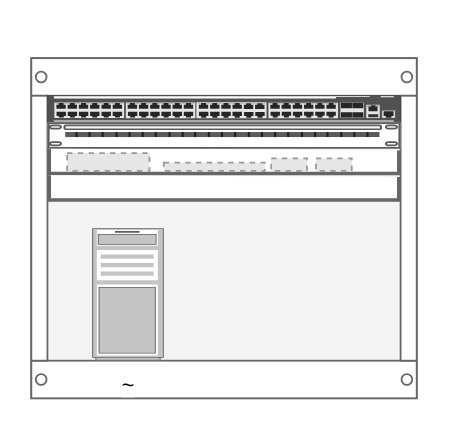
Before: Untitled Diagram.drawio in Slavik-Kek/Rack, a draw.io diagram. Source tidied: cells renumbered, new cells numbered last; positions are measured from the earlier drawing's top-left corner, leaving out a move shared by most shapes. Both pictures are drawn from the tidied source at 179%, with x=0, y=0 at pixel (30, 57). Pictures stored in the file or linked from it are replaced by grey dashed boxes.
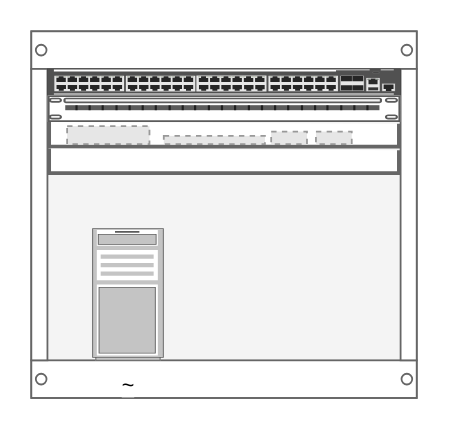
After the change.

Change to the diagram source:
```diff
@@
 <mxGraphModel>
   <root>
     <mxCell id="0" />
     <mxCell id="1" parent="0" />
-    <mxCell id="2" style="strokeColor=#666666;html=1;verticalLabelPosition=bottom;labelBackgroundColor=#ffffff;verticalAlign=top;shadow=0;dashed=0;shape=mxgraph.rackGeneral.rackCabinet3;rackUnitSize=14.8;fillColor2=#f4f4f4;allowGaps=1;textColor=#666666;numDisp=off;" parent="1" vertex="1">
-      <mxGeometry width="215.3" height="190" as="geometry" />
-    </mxCell>
+    <mxCell id="12" style="strokeColor=#666666;html=1;verticalLabelPosition=bottom;labelBackgroundColor=#ffffff;verticalAlign=top;shadow=0;dashed=0;shape=mxgraph.rackGeneral.rackCabinet3;rackUnitSize=14.8;fillColor2=#f4f4f4;allowGaps=1;textColor=#666666;numDisp=off;" parent="1" vertex="1">
+      <mxGeometry y="-15" width="215.3" height="200" as="geometry" />
+    </mxCell>
-    <mxCell id="3" style="html=1;verticalLabelPosition=bottom;verticalAlign=top;shadow=0;dashed=0;shape=mxgraph.rack.hpe_aruba.switches.jl321a_aruba_2930m_48g_1_slot_switch;" parent="2" vertex="1">
+    <mxCell id="3" style="html=1;verticalLabelPosition=bottom;verticalAlign=top;shadow=0;dashed=0;shape=mxgraph.rack.hpe_aruba.switches.jl321a_aruba_2930m_48g_1_slot_switch;" parent="12" vertex="1">
       <mxGeometry x="9" y="21" width="197.3" height="14.8" as="geometry" />
     </mxCell>
-    <mxCell id="4" style="strokeColor=#666666;html=1;labelPosition=right;align=left;spacingLeft=15;shadow=0;dashed=0;shape=mxgraph.rack.general.cat5e_rack_mount_patch_panel_24_ports;" parent="2" vertex="1">
+    <mxCell id="4" style="strokeColor=#666666;html=1;labelPosition=right;align=left;spacingLeft=15;shadow=0;dashed=0;shape=mxgraph.rack.general.cat5e_rack_mount_patch_panel_24_ports;" parent="12" vertex="1">
       <mxGeometry x="9" y="35.8" width="197.3" height="14.8" as="geometry" />
     </mxCell>
-    <mxCell id="5" style="strokeColor=#666666;html=1;labelPosition=right;align=left;spacingLeft=15;shadow=0;dashed=0;shape=mxgraph.rackGeneral.shelf;" parent="2" vertex="1">
+    <mxCell id="5" style="strokeColor=#666666;html=1;labelPosition=right;align=left;spacingLeft=15;shadow=0;dashed=0;shape=mxgraph.rackGeneral.shelf;" parent="12" vertex="1">
       <mxGeometry x="9" y="50.6" width="197.3" height="14.8" as="geometry" />
     </mxCell>
     <mxCell id="6" style="fillColor=#E6E6E6;strokeColor=#999999;dashed=1;verticalLabelPosition=bottom;verticalAlign=top;" parent="5" vertex="1">
       <mxGeometry x="11" y="2.4" width="46" height="10" as="geometry" />
     </mxCell>
     <mxCell id="7" style="fillColor=#E6E6E6;strokeColor=#999999;dashed=1;verticalLabelPosition=bottom;verticalAlign=top;" parent="5" vertex="1">
       <mxGeometry x="65" y="7.8" width="56.5" height="4.6" as="geometry" />
     </mxCell>
     <mxCell id="8" style="fillColor=#E6E6E6;strokeColor=#999999;dashed=1;verticalLabelPosition=bottom;verticalAlign=top;" parent="5" vertex="1">
       <mxGeometry x="150" y="5.4" width="20" height="7" as="geometry" />
     </mxCell>
     <mxCell id="9" style="fillColor=#E6E6E6;strokeColor=#999999;dashed=1;verticalLabelPosition=bottom;verticalAlign=top;" parent="5" vertex="1">
       <mxGeometry x="125" y="5.4" width="20" height="7" as="geometry" />
     </mxCell>
-    <mxCell id="10" style="strokeColor=#666666;html=1;labelPosition=right;align=left;spacingLeft=15;shadow=0;dashed=0;shape=mxgraph.rackGeneral.shelf;" parent="2" vertex="1">
+    <mxCell id="10" style="strokeColor=#666666;html=1;labelPosition=right;align=left;spacingLeft=15;shadow=0;dashed=0;shape=mxgraph.rackGeneral.shelf;" parent="12" vertex="1">
       <mxGeometry x="9" y="65.4" width="197.3" height="14.8" as="geometry" />
     </mxCell>
     <mxCell id="11" value="~" style="strokeColor=#666666;html=1;verticalLabelPosition=bottom;labelBackgroundColor=#ffffff;verticalAlign=top;shadow=0;dashed=0;shape=mxgraph.rack.general.server_1;" parent="1" vertex="1">
       <mxGeometry x="34" y="95" width="40" height="74" as="geometry" />
     </mxCell>
   </root>
 </mxGraphModel>
```
